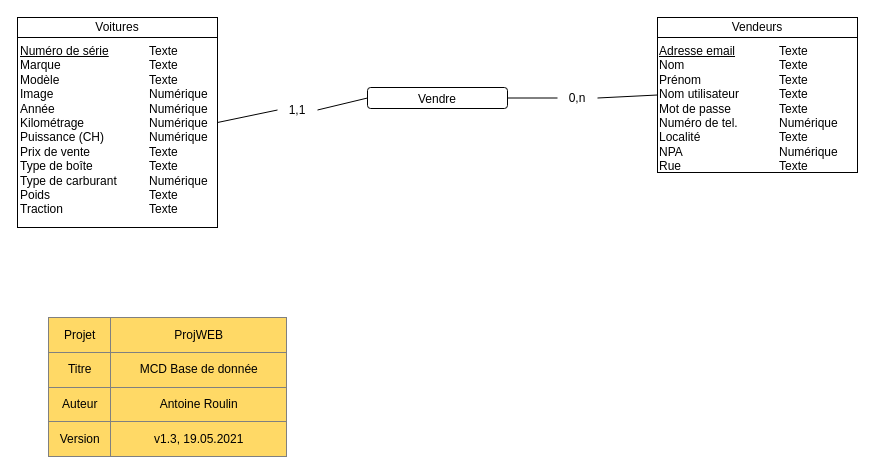
Above: doc/MCD/MCD_ProjWEB_CLASSICCAR_ARN-NED.drawio in NicolasGlassey/PROJWEB-INFOWEB (draw.io), before the change. Source tidied: cells renumbered, new cells numbered last; positions are measured from the earlier drawing's top-left corner, leaving out a move shared by most shapes. Both pictures are drawn from the tidied source at 100%, with x=0, y=0 at pixel (17, 17).
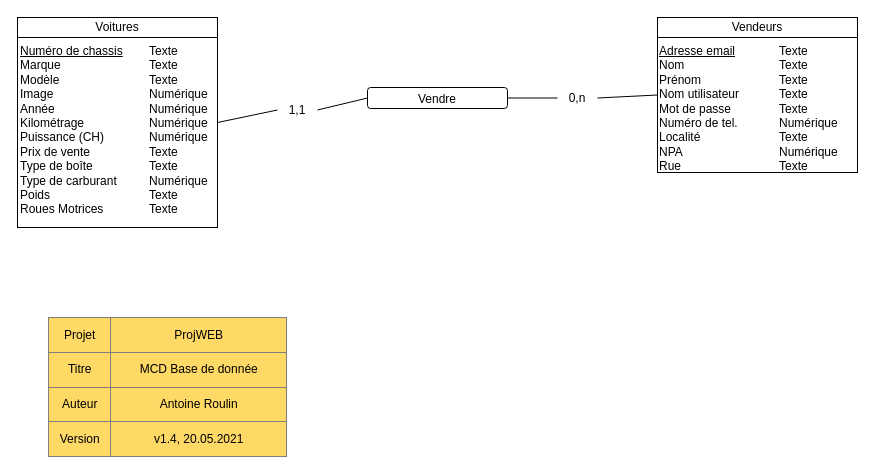
After the change.

The edit, as a diff of the source:
```diff
@@
 <mxGraphModel>
   <root>
     <mxCell id="0" />
     <mxCell id="1" parent="0" />
     <mxCell id="2" value="&lt;div style=&quot;box-sizing: border-box ; width: 100% ; padding: 2px&quot;&gt;&lt;br&gt;&lt;/div&gt;" style="verticalAlign=top;align=center;overflow=fill;html=1;rounded=0;shadow=0;comic=0;labelBackgroundColor=none;strokeColor=#000000;strokeWidth=1;fillColor=#ffffff;fontFamily=Verdana;fontSize=12;fontColor=#000000;" parent="1" vertex="1">
       <mxGeometry width="200" height="210" as="geometry" />
     </mxCell>
     <mxCell id="3" value="Voitures" style="rounded=0;whiteSpace=wrap;html=1;" parent="1" vertex="1">
       <mxGeometry width="200" height="20" as="geometry" />
     </mxCell>
-    <mxCell id="4" value="&lt;u&gt;Numéro de série&lt;/u&gt;&lt;br&gt;Marque&lt;br&gt;Modèle&lt;br&gt;Image&lt;br&gt;Année&lt;br&gt;Kilométrage&lt;br&gt;Puissance (CH)&lt;br&gt;Prix de vente&lt;br&gt;Type de boîte&lt;br&gt;Type de carburant&lt;br&gt;Poids&lt;br&gt;Traction" style="text;html=1;strokeColor=none;fillColor=none;align=left;verticalAlign=top;whiteSpace=wrap;rounded=0;" parent="1" vertex="1">
+    <mxCell id="4" value="&lt;u&gt;Numéro de chassis&lt;br&gt;&lt;/u&gt;Marque&lt;br&gt;Modèle&lt;br&gt;Image&lt;br&gt;Année&lt;br&gt;Kilométrage&lt;br&gt;Puissance (CH)&lt;br&gt;Prix de vente&lt;br&gt;Type de boîte&lt;br&gt;Type de carburant&lt;br&gt;Poids&lt;br&gt;Roues Motrices" style="text;html=1;strokeColor=none;fillColor=none;align=left;verticalAlign=top;whiteSpace=wrap;rounded=0;" parent="1" vertex="1">
       <mxGeometry x="1" y="20" width="110" height="180" as="geometry" />
     </mxCell>
     <mxCell id="5" value="Texte&lt;br&gt;Texte&lt;br&gt;Texte&lt;br&gt;Numérique&lt;br&gt;Numérique&lt;br&gt;Numérique&lt;br&gt;Numérique&lt;br&gt;Texte&lt;br&gt;Texte&lt;br&gt;Numérique&lt;br&gt;Texte&lt;br&gt;Texte" style="text;html=1;strokeColor=none;fillColor=none;align=left;verticalAlign=top;whiteSpace=wrap;rounded=0;" parent="1" vertex="1">
       <mxGeometry x="130" y="20" width="70" height="180" as="geometry" />
     </mxCell>
     <mxCell id="6" value="&lt;div style=&quot;box-sizing: border-box ; width: 100% ; padding: 2px&quot;&gt;&lt;br&gt;&lt;/div&gt;" style="verticalAlign=top;align=center;overflow=fill;html=1;rounded=0;shadow=0;comic=0;labelBackgroundColor=none;strokeColor=#000000;strokeWidth=1;fillColor=#ffffff;fontFamily=Verdana;fontSize=12;fontColor=#000000;" parent="1" vertex="1">
       <mxGeometry x="640" width="200" height="155" as="geometry" />
     </mxCell>
     <mxCell id="7" value="Vendeurs" style="rounded=0;whiteSpace=wrap;html=1;" parent="1" vertex="1">
       <mxGeometry x="640" width="200" height="20" as="geometry" />
     </mxCell>
     <mxCell id="8" value="&lt;u&gt;Adresse email&lt;/u&gt;&lt;br&gt;Nom&lt;br&gt;Prénom&lt;br&gt;Nom utilisateur&lt;br&gt;Mot de passe&lt;br&gt;Numéro de tel.&lt;br&gt;Localité&lt;br&gt;NPA&lt;br&gt;Rue" style="text;html=1;strokeColor=none;fillColor=none;align=left;verticalAlign=top;whiteSpace=wrap;rounded=0;" parent="1" vertex="1">
       <mxGeometry x="640" y="20" width="100" height="110" as="geometry" />
     </mxCell>
     <mxCell id="9" value="Texte&lt;br&gt;Texte&lt;br&gt;Texte&lt;br&gt;Texte&lt;br&gt;Texte&lt;br&gt;Numérique&lt;br&gt;Texte&lt;br&gt;Numérique&lt;br&gt;Texte" style="text;html=1;strokeColor=none;fillColor=none;align=left;verticalAlign=top;whiteSpace=wrap;rounded=0;" parent="1" vertex="1">
       <mxGeometry x="760" y="20" width="80" height="110" as="geometry" />
     </mxCell>
     <mxCell id="10" style="rounded=1;whiteSpace=wrap;html=1;" parent="1" vertex="1">
       <mxGeometry x="350" y="70" width="140" height="21" as="geometry" />
     </mxCell>
     <mxCell id="11" value="Vendre" style="text;html=1;strokeColor=none;fillColor=none;align=center;verticalAlign=middle;whiteSpace=wrap;rounded=0;" parent="1" vertex="1">
       <mxGeometry x="360" y="72" width="120" height="20" as="geometry" />
     </mxCell>
-    <mxCell id="12" value="&lt;table border=&quot;1&quot; width=&quot;100%&quot; style=&quot;width: 100% ; height: 100% ; border-collapse: collapse&quot;&gt;&lt;tbody&gt;&lt;tr&gt;&lt;td align=&quot;center&quot;&gt;Projet&lt;/td&gt;&lt;td align=&quot;center&quot;&gt;ProjWEB&lt;/td&gt;&lt;/tr&gt;&lt;tr&gt;&lt;td align=&quot;center&quot;&gt;Titre&lt;/td&gt;&lt;td align=&quot;center&quot;&gt;MCD Base de donnée&lt;/td&gt;&lt;/tr&gt;&lt;tr&gt;&lt;td align=&quot;center&quot;&gt;Auteur&lt;/td&gt;&lt;td align=&quot;center&quot;&gt;Antoine Roulin&lt;/td&gt;&lt;/tr&gt;&lt;tr&gt;&lt;td style=&quot;text-align: center&quot;&gt;Version&lt;/td&gt;&lt;td style=&quot;text-align: center&quot;&gt;v1.3, 19.05.2021&lt;/td&gt;&lt;/tr&gt;&lt;/tbody&gt;&lt;/table&gt;" style="text;html=1;overflow=fill;labelBackgroundColor=#FFD966;" parent="1" vertex="1">
+    <mxCell id="12" value="&lt;table border=&quot;1&quot; width=&quot;100%&quot; style=&quot;width: 100% ; height: 100% ; border-collapse: collapse&quot;&gt;&lt;tbody&gt;&lt;tr&gt;&lt;td align=&quot;center&quot;&gt;Projet&lt;/td&gt;&lt;td align=&quot;center&quot;&gt;ProjWEB&lt;/td&gt;&lt;/tr&gt;&lt;tr&gt;&lt;td align=&quot;center&quot;&gt;Titre&lt;/td&gt;&lt;td align=&quot;center&quot;&gt;MCD Base de donnée&lt;/td&gt;&lt;/tr&gt;&lt;tr&gt;&lt;td align=&quot;center&quot;&gt;Auteur&lt;/td&gt;&lt;td align=&quot;center&quot;&gt;Antoine Roulin&lt;/td&gt;&lt;/tr&gt;&lt;tr&gt;&lt;td style=&quot;text-align: center&quot;&gt;Version&lt;/td&gt;&lt;td style=&quot;text-align: center&quot;&gt;v1.4, 20.05.2021&lt;/td&gt;&lt;/tr&gt;&lt;/tbody&gt;&lt;/table&gt;" style="text;html=1;overflow=fill;labelBackgroundColor=#FFD966;" parent="1" vertex="1">
       <mxGeometry x="31" y="300" width="239" height="140" as="geometry" />
     </mxCell>
     <mxCell id="13" style="endArrow=none;html=1;exitX=1;exitY=0.5;exitDx=0;exitDy=0;entryX=0;entryY=0.5;entryDx=0;entryDy=0;startArrow=none;" parent="1" edge="1" source="14" target="10">
       <mxGeometry relative="1" as="geometry" />
     </mxCell>
     <mxCell id="14" value="1,1" style="text;html=1;strokeColor=none;fillColor=none;align=center;verticalAlign=middle;whiteSpace=wrap;rounded=0;" parent="1" vertex="1">
       <mxGeometry x="260" y="80" width="40" height="25" as="geometry" />
     </mxCell>
     <mxCell id="15" style="endArrow=none;html=1;exitX=1;exitY=0.5;exitDx=0;exitDy=0;entryX=0;entryY=0.5;entryDx=0;entryDy=0;" parent="1" edge="1" source="2" target="14">
       <mxGeometry relative="1" as="geometry" />
     </mxCell>
     <mxCell id="16" style="endArrow=none;html=1;exitX=1;exitY=0.5;exitDx=0;exitDy=0;entryX=0;entryY=0.5;entryDx=0;entryDy=0;startArrow=none;" parent="1" edge="1" source="17" target="6">
       <mxGeometry relative="1" as="geometry" />
     </mxCell>
     <mxCell id="17" value="0,n" style="text;html=1;strokeColor=none;fillColor=none;align=center;verticalAlign=middle;whiteSpace=wrap;rounded=0;" parent="1" vertex="1">
       <mxGeometry x="540" y="68" width="40" height="25" as="geometry" />
     </mxCell>
     <mxCell id="18" style="endArrow=none;html=1;exitX=1;exitY=0.5;exitDx=0;exitDy=0;entryX=0;entryY=0.5;entryDx=0;entryDy=0;" parent="1" edge="1" source="10" target="17">
       <mxGeometry relative="1" as="geometry" />
     </mxCell>
   </root>
 </mxGraphModel>
```
